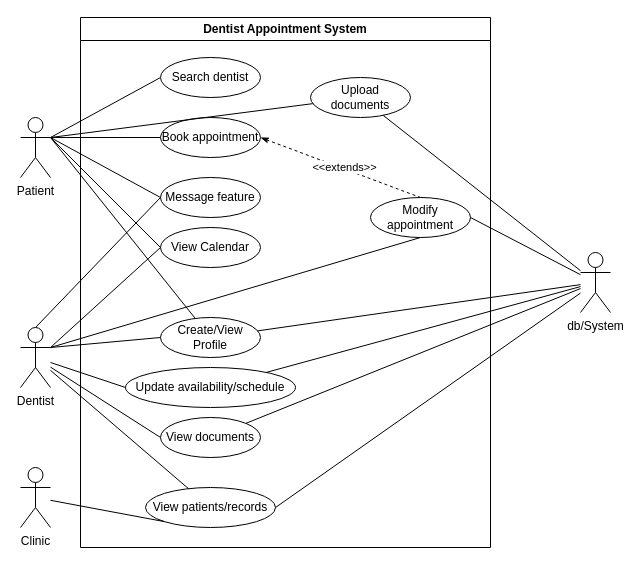
Earlier version of the draw.io diagram DA.drawio (lance-enario/draw-io-diagrams). Source tidied: cells renumbered, new cells numbered last; positions are measured from the earlier drawing's top-left corner, leaving out a move shared by most shapes. Both pictures are drawn from the tidied source at 100%, with x=0, y=0 at pixel (20, 17).
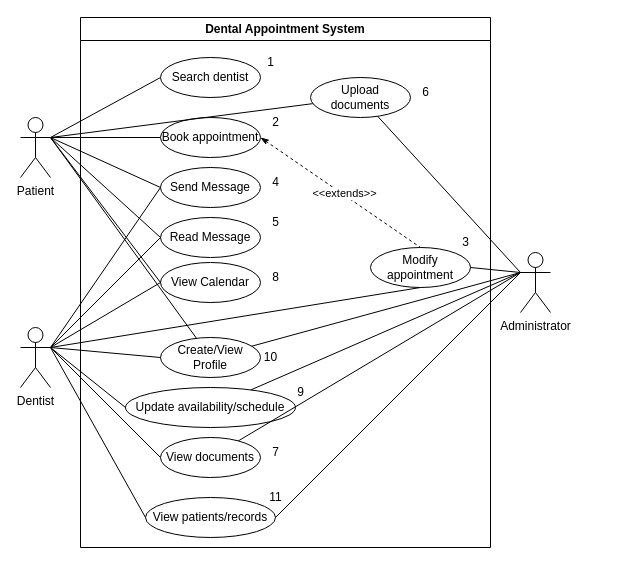
After the change.

The change refers to these unchanged cells:
```xml
<mxCell id="14" value="Dentist" style="shape=umlActor;verticalLabelPosition=bottom;verticalAlign=top;html=1;outlineConnect=0;" parent="2" vertex="1">
  <mxGeometry x="-60" y="310" width="30" height="60" as="geometry" />
</mxCell>
<mxCell id="25" value="Upload documents" style="ellipse;whiteSpace=wrap;html=1;align=center;" parent="2" vertex="1">
  <mxGeometry x="230" y="60" width="100" height="40" as="geometry" />
</mxCell>
<mxCell id="28" value="Patient" style="shape=umlActor;verticalLabelPosition=bottom;verticalAlign=top;html=1;outlineConnect=0;" parent="1" vertex="1">
  <mxGeometry y="100" width="30" height="60" as="geometry" />
</mxCell>
```

Diff of the diagram source:
```diff
@@
-    <mxCell id="2" value="Dentist Appointment System" style="swimlane;whiteSpace=wrap;html=1;" parent="1" vertex="1">
+    <mxCell id="2" value="Dental Appointment System" style="swimlane;whiteSpace=wrap;html=1;" parent="1" vertex="1">
       <mxGeometry x="60" width="410" height="530" as="geometry" />
     </mxCell>
@@
     <mxCell id="4" value="Modify appointment" style="ellipse;whiteSpace=wrap;html=1;align=center;" parent="2" vertex="1">
-      <mxGeometry x="290" y="180" width="100" height="40" as="geometry" />
+      <mxGeometry x="290" y="230" width="100" height="40" as="geometry" />
     </mxCell>
@@
-    <mxCell id="7" style="edgeStyle=none;rounded=0;jettySize=auto;html=1;endArrow=none;endFill=0;exitX=0;exitY=0.5;exitDx=0;exitDy=0;entryX=0.5;entryY=0;entryDx=0;entryDy=0;entryPerimeter=0;" parent="2" edge="1" source="8" target="14">
+    <mxCell id="7" style="edgeStyle=none;rounded=0;jettySize=auto;html=1;endArrow=none;endFill=0;exitX=0;exitY=0.5;exitDx=0;exitDy=0;entryX=1;entryY=0.3333333333333333;entryDx=0;entryDy=0;entryPerimeter=0;" parent="2" edge="1" source="8" target="14">
       <mxGeometry relative="1" as="geometry" />
     </mxCell>
-    <mxCell id="8" value="Message feature" style="ellipse;whiteSpace=wrap;html=1;align=center;" parent="2" vertex="1">
-      <mxGeometry x="80" y="160" width="100" height="40" as="geometry" />
+    <mxCell id="8" value="Send Message" style="ellipse;whiteSpace=wrap;html=1;align=center;" parent="2" vertex="1">
+      <mxGeometry x="80" y="150" width="100" height="40" as="geometry" />
     </mxCell>
     <mxCell id="9" value="View Calendar" style="ellipse;whiteSpace=wrap;html=1;align=center;" parent="2" vertex="1">
-      <mxGeometry x="80" y="210" width="100" height="40" as="geometry" />
+      <mxGeometry x="80" y="245" width="100" height="40" as="geometry" />
     </mxCell>
@@
     <mxCell id="11" value="Create/View Profile" style="ellipse;whiteSpace=wrap;html=1;align=center;" parent="2" vertex="1">
-      <mxGeometry x="80" y="300" width="100" height="40" as="geometry" />
+      <mxGeometry x="80" y="320" width="100" height="40" as="geometry" />
     </mxCell>
@@
     <mxCell id="16" value="Update availability/schedule" style="ellipse;whiteSpace=wrap;html=1;align=center;" parent="2" vertex="1">
-      <mxGeometry x="45" y="350" width="170" height="40" as="geometry" />
+      <mxGeometry x="45" y="370" width="170" height="40" as="geometry" />
     </mxCell>
-    <mxCell id="17" style="edgeStyle=none;rounded=0;jettySize=auto;html=1;exitX=0;exitY=0.5;exitDx=0;exitDy=0;endArrow=none;endFill=0;" parent="2" edge="1" source="16" target="14">
+    <mxCell id="17" style="edgeStyle=none;rounded=0;jettySize=auto;html=1;exitX=0;exitY=0.5;exitDx=0;exitDy=0;endArrow=none;endFill=0;entryX=1;entryY=0.3333333333333333;entryDx=0;entryDy=0;entryPerimeter=0;" parent="2" edge="1" source="16" target="14">
       <mxGeometry relative="1" as="geometry" />
     </mxCell>
     <mxCell id="18" value="View patients/records" style="ellipse;whiteSpace=wrap;html=1;align=center;" parent="2" vertex="1">
-      <mxGeometry x="65" y="470" width="130" height="40" as="geometry" />
+      <mxGeometry x="65" y="480" width="130" height="40" as="geometry" />
     </mxCell>
-    <mxCell id="19" value="Clinic" style="shape=umlActor;verticalLabelPosition=bottom;verticalAlign=top;html=1;outlineConnect=0;" parent="2" vertex="1">
-      <mxGeometry x="-60" y="450" width="30" height="60" as="geometry" />
-    </mxCell>
-    <mxCell id="20" style="edgeStyle=none;rounded=0;jettySize=auto;html=1;endArrow=none;endFill=0;" parent="2" edge="1" source="18" target="14">
+    <mxCell id="20" style="edgeStyle=none;rounded=0;jettySize=auto;html=1;endArrow=none;endFill=0;entryX=1;entryY=0.3333333333333333;entryDx=0;entryDy=0;entryPerimeter=0;exitX=0;exitY=0.5;exitDx=0;exitDy=0;" parent="2" edge="1" source="18" target="14">
       <mxGeometry relative="1" as="geometry" />
     </mxCell>
@@
-    <mxCell id="23" style="edgeStyle=none;rounded=0;jettySize=auto;html=1;entryX=0;entryY=1;entryDx=0;entryDy=0;endArrow=none;endFill=0;" parent="2" edge="1" source="19" target="18">
-      <mxGeometry relative="1" as="geometry" />
-    </mxCell>
@@
-    <mxCell id="26" style="edgeStyle=none;rounded=0;jettySize=auto;html=1;endArrow=none;endFill=0;exitX=0;exitY=0.5;exitDx=0;exitDy=0;" parent="2" edge="1" source="27" target="14">
+    <mxCell id="26" style="edgeStyle=none;rounded=0;jettySize=auto;html=1;endArrow=none;endFill=0;exitX=0;exitY=0.5;exitDx=0;exitDy=0;entryX=1;entryY=0.3333333333333333;entryDx=0;entryDy=0;entryPerimeter=0;" parent="2" edge="1" source="27" target="14">
       <mxGeometry relative="1" as="geometry" />
     </mxCell>
     <mxCell id="27" value="View documents" style="ellipse;whiteSpace=wrap;html=1;align=center;" parent="2" vertex="1">
-      <mxGeometry x="80" y="400" width="100" height="40" as="geometry" />
+      <mxGeometry x="80" y="420" width="100" height="40" as="geometry" />
     </mxCell>
+    <mxCell id="39" style="edgeStyle=none;rounded=0;jettySize=auto;html=1;endArrow=none;endFill=0;exitX=0;exitY=0.5;exitDx=0;exitDy=0;entryX=1;entryY=0.3333333333333333;entryDx=0;entryDy=0;entryPerimeter=0;" parent="2" edge="1" source="40" target="14">
+      <mxGeometry relative="1" as="geometry" />
+    </mxCell>
+    <mxCell id="40" value="Read Message" style="ellipse;whiteSpace=wrap;html=1;align=center;" parent="2" vertex="1">
+      <mxGeometry x="80" y="200" width="100" height="40" as="geometry" />
+    </mxCell>
+    <mxCell id="41" value="1" style="text;html=1;align=center;verticalAlign=middle;strokeColor=none;fillColor=none;" parent="2" vertex="1">
+      <mxGeometry x="175" y="30" width="30" height="30" as="geometry" />
+    </mxCell>
+    <mxCell id="42" value="2" style="text;html=1;align=center;verticalAlign=middle;strokeColor=none;fillColor=none;" parent="2" vertex="1">
+      <mxGeometry x="180" y="90" width="30" height="30" as="geometry" />
+    </mxCell>
+    <mxCell id="43" value="3" style="text;html=1;align=center;verticalAlign=middle;strokeColor=none;fillColor=none;" parent="2" vertex="1">
+      <mxGeometry x="370" y="210" width="30" height="30" as="geometry" />
+    </mxCell>
+    <mxCell id="44" value="4" style="text;html=1;align=center;verticalAlign=middle;strokeColor=none;fillColor=none;" parent="2" vertex="1">
+      <mxGeometry x="180" y="150" width="30" height="30" as="geometry" />
+    </mxCell>
+    <mxCell id="45" value="5" style="text;html=1;align=center;verticalAlign=middle;strokeColor=none;fillColor=none;" parent="2" vertex="1">
+      <mxGeometry x="180" y="190" width="30" height="30" as="geometry" />
+    </mxCell>
+    <mxCell id="46" value="6" style="text;html=1;align=center;verticalAlign=middle;strokeColor=none;fillColor=none;" parent="2" vertex="1">
+      <mxGeometry x="330" y="60" width="30" height="30" as="geometry" />
+    </mxCell>
+    <mxCell id="47" value="8" style="text;html=1;align=center;verticalAlign=middle;strokeColor=none;fillColor=none;" parent="2" vertex="1">
+      <mxGeometry x="180" y="245" width="30" height="30" as="geometry" />
+    </mxCell>
+    <mxCell id="48" value="10" style="text;html=1;align=center;verticalAlign=middle;strokeColor=none;fillColor=none;" parent="2" vertex="1">
+      <mxGeometry x="170" y="325" width="40" height="30" as="geometry" />
+    </mxCell>
+    <mxCell id="49" value="9" style="text;html=1;align=center;verticalAlign=middle;strokeColor=none;fillColor=none;" parent="2" vertex="1">
+      <mxGeometry x="205" y="360" width="30" height="30" as="geometry" />
+    </mxCell>
+    <mxCell id="50" value="7" style="text;html=1;align=center;verticalAlign=middle;strokeColor=none;fillColor=none;" parent="2" vertex="1">
+      <mxGeometry x="180" y="420" width="30" height="30" as="geometry" />
+    </mxCell>
+    <mxCell id="51" value="11" style="text;html=1;align=center;verticalAlign=middle;strokeColor=none;fillColor=none;" parent="2" vertex="1">
+      <mxGeometry x="175" y="465" width="40" height="30" as="geometry" />
+    </mxCell>
@@
-    <mxCell id="29" style="edgeStyle=none;rounded=0;jettySize=auto;html=1;entryX=1;entryY=0.5;entryDx=0;entryDy=0;endArrow=none;endFill=0;" parent="1" edge="1" source="30" target="18">
+    <mxCell id="29" style="edgeStyle=none;rounded=0;jettySize=auto;html=1;entryX=1;entryY=0.5;entryDx=0;entryDy=0;endArrow=none;endFill=0;exitX=0;exitY=0.3333333333333333;exitDx=0;exitDy=0;exitPerimeter=0;" parent="1" edge="1" source="30" target="18">
       <mxGeometry relative="1" as="geometry" />
     </mxCell>
-    <mxCell id="30" value="db/System" style="shape=umlActor;verticalLabelPosition=bottom;verticalAlign=top;html=1;outlineConnect=0;" parent="1" vertex="1">
-      <mxGeometry x="560" y="235" width="30" height="60" as="geometry" />
+    <mxCell id="30" value="Administrator" style="shape=umlActor;verticalLabelPosition=bottom;verticalAlign=top;html=1;outlineConnect=0;" parent="1" vertex="1">
+      <mxGeometry x="500" y="235" width="30" height="60" as="geometry" />
     </mxCell>
@@
-    <mxCell id="33" style="edgeStyle=none;rounded=0;jettySize=auto;html=1;endArrow=none;endFill=0;" parent="1" edge="1" source="16" target="30">
+    <mxCell id="33" style="edgeStyle=none;rounded=0;jettySize=auto;html=1;endArrow=none;endFill=0;entryX=0;entryY=0.3333333333333333;entryDx=0;entryDy=0;entryPerimeter=0;" parent="1" edge="1" source="16" target="30">
       <mxGeometry relative="1" as="geometry" />
     </mxCell>
-    <mxCell id="34" style="edgeStyle=none;rounded=0;jettySize=auto;html=1;exitX=1;exitY=0.5;exitDx=0;exitDy=0;endArrow=none;endFill=0;" parent="1" edge="1" source="4" target="30">
+    <mxCell id="34" style="edgeStyle=none;rounded=0;jettySize=auto;html=1;exitX=1;exitY=0.5;exitDx=0;exitDy=0;endArrow=none;endFill=0;entryX=0;entryY=0.3333333333333333;entryDx=0;entryDy=0;entryPerimeter=0;" parent="1" edge="1" source="4" target="30">
       <mxGeometry relative="1" as="geometry" />
     </mxCell>
-    <mxCell id="35" style="edgeStyle=none;rounded=0;jettySize=auto;html=1;endArrow=none;endFill=0;" parent="1" edge="1" source="11" target="30">
+    <mxCell id="35" style="edgeStyle=none;rounded=0;jettySize=auto;html=1;endArrow=none;endFill=0;entryX=0;entryY=0.3333333333333333;entryDx=0;entryDy=0;entryPerimeter=0;" parent="1" edge="1" source="11" target="30">
       <mxGeometry relative="1" as="geometry" />
     </mxCell>
@@
-    <mxCell id="37" style="edgeStyle=none;rounded=0;jettySize=auto;html=1;endArrow=none;endFill=0;" parent="1" edge="1" source="27" target="30">
+    <mxCell id="37" style="edgeStyle=none;rounded=0;jettySize=auto;html=1;endArrow=none;endFill=0;entryX=0;entryY=0.3333333333333333;entryDx=0;entryDy=0;entryPerimeter=0;" parent="1" edge="1" source="27" target="30">
       <mxGeometry relative="1" as="geometry" />
     </mxCell>
-    <mxCell id="38" style="edgeStyle=none;rounded=0;jettySize=auto;html=1;startArrow=none;startFill=0;endArrow=none;endFill=0;" parent="1" edge="1" source="25" target="30">
+    <mxCell id="38" style="edgeStyle=none;rounded=0;jettySize=auto;html=1;startArrow=none;startFill=0;endArrow=none;endFill=0;entryX=0;entryY=0.3333333333333333;entryDx=0;entryDy=0;entryPerimeter=0;" parent="1" edge="1" source="25" target="30">
       <mxGeometry relative="1" as="geometry" />
     </mxCell>
+    <mxCell id="52" style="endArrow=none;html=1;rounded=0;exitX=1;exitY=0.3333333333333333;exitDx=0;exitDy=0;exitPerimeter=0;entryX=0;entryY=0.5;entryDx=0;entryDy=0;" parent="1" edge="1" source="28" target="40">
+      <mxGeometry relative="1" as="geometry" />
+    </mxCell>
```
